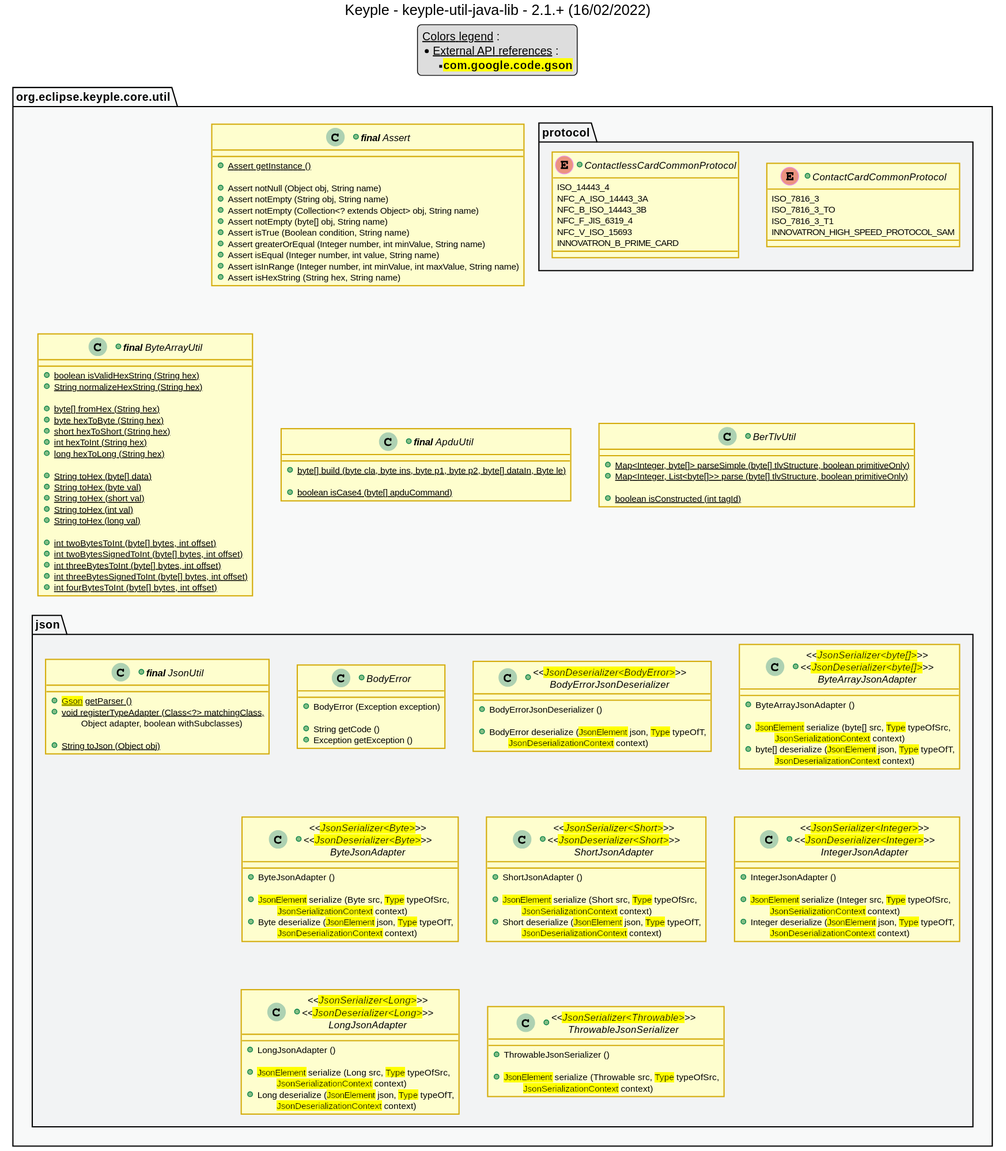
This is src/main/uml/api_class_diagram.svg from eclipse-keyple/keyple-util-java-lib, a PlantUML export, as it was before one commit.
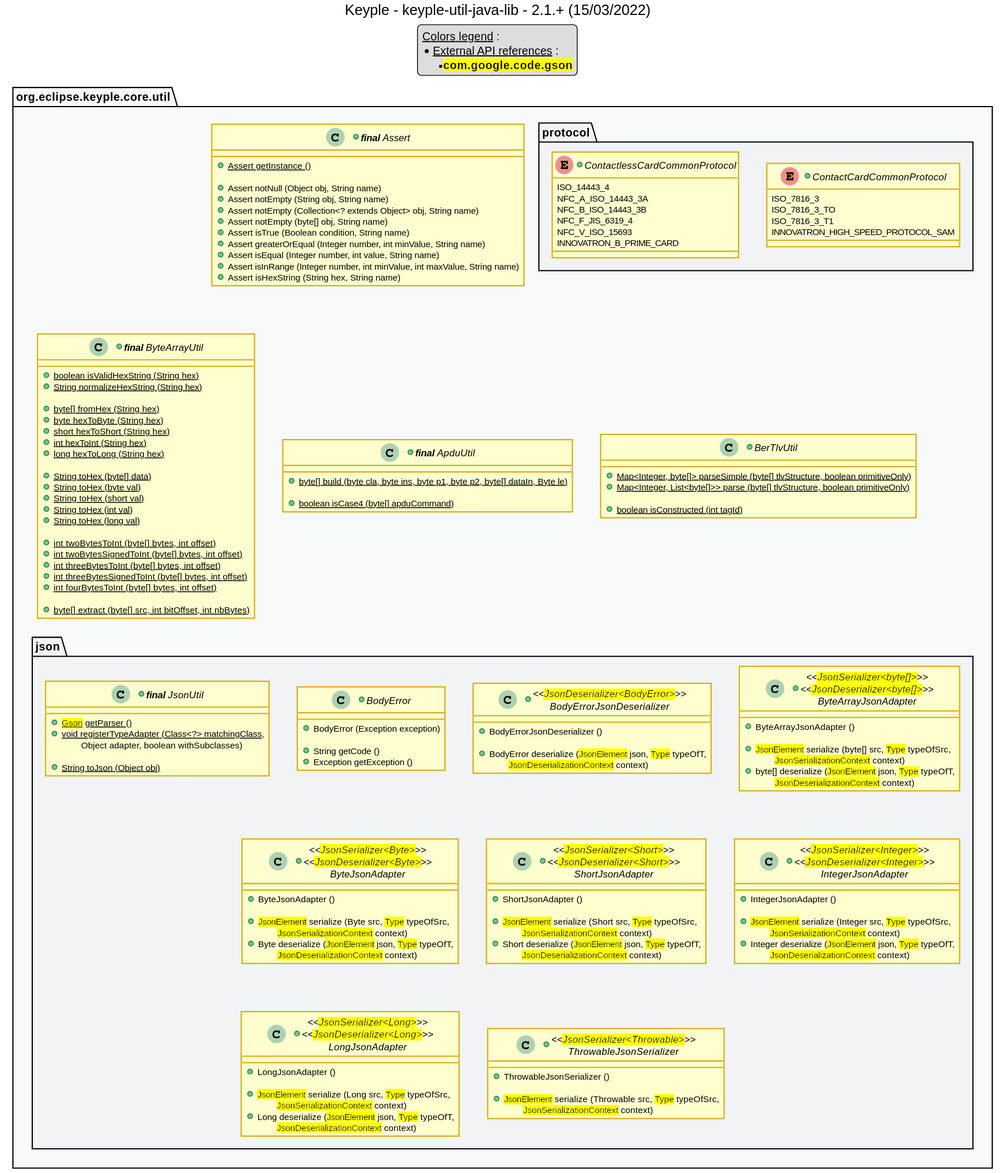
Above is the later version.

What changed in the source:
```diff
@@ -1,6 +1,6 @@
 @startuml
 title
-    Keyple - keyple-util-java-lib - 2.1.+ (16/02/2022)
+    Keyple - keyple-util-java-lib - 2.1.+ (15/03/2022)
 end title
 
 
@@ -78,6 +78,8 @@
         +{static} int threeBytesToInt (byte[] bytes, int offset)
         +{static} int threeBytesSignedToInt (byte[] bytes, int offset)
         +{static} int fourBytesToInt (byte[] bytes, int offset)
+
+        +{static} byte[] extract (byte[] src, int bitOffset, int nbBytes)
     }
     +class "**final** ApduUtil" as ApduUtil {
         +{static} byte[] build (byte cla, byte ins, byte p1, byte p2, byte[] dataIn, Byte le)
```
